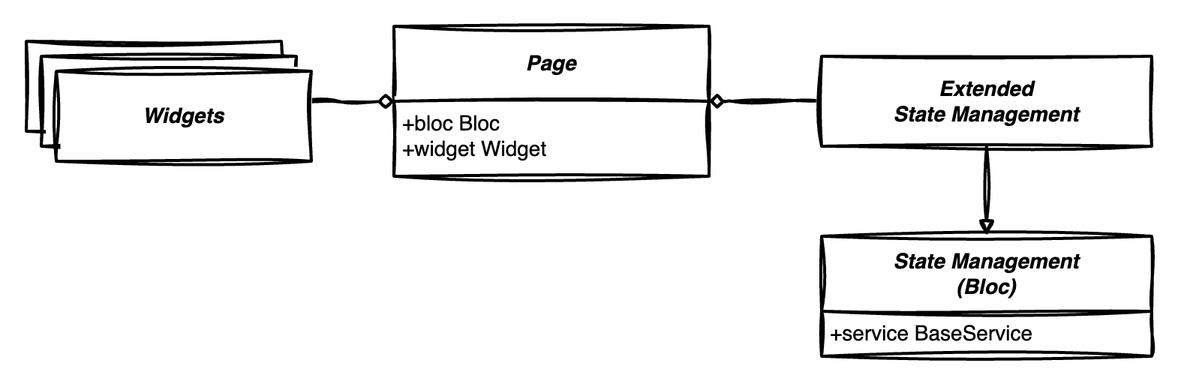
Before: presentation_layer.drawio.png, a diagram exported from draw.io (hamed-rezaee/flutter_component_architecture_poc). Source tidied: cells renumbered, new cells last; positions are measured from the earlier drawing's top-left corner, leaving out a move shared by most shapes. Source of this version:
```xml
<mxGraphModel>
  <root>
    <mxCell id="0" />
    <mxCell id="1" parent="0" />
    <mxCell id="2" value="&lt;b&gt;&lt;i&gt;State&amp;nbsp;Management&lt;br&gt;(Bloc)&lt;br&gt;&lt;/i&gt;&lt;/b&gt;" style="swimlane;horizontal=1;startSize=50;rounded=0;fontSize=14;fontStyle=0;strokeWidth=2;shadow=0;dashed=0;align=center;arcSize=4;whiteSpace=wrap;html=1;sketch=1;curveFitting=1;jiggle=2;swimlaneFillColor=default;labelBorderColor=none;fillColor=default;" parent="1" vertex="1">
      <mxGeometry x="530" y="140" width="220" height="80" as="geometry" />
    </mxCell>
    <mxCell id="3" value="&lt;font style=&quot;font-size: 14px;&quot;&gt;+service BaseService&lt;/font&gt;" style="align=left;strokeColor=none;fillColor=none;spacingLeft=4;fontSize=12;verticalAlign=top;html=1;sketch=1;curveFitting=1;jiggle=2;" parent="2" vertex="1">
      <mxGeometry y="50" width="220" height="30" as="geometry" />
    </mxCell>
    <mxCell id="4" style="edgeStyle=orthogonalEdgeStyle;rounded=0;jettySize=auto;html=1;entryX=0;entryY=0.5;entryDx=0;entryDy=0;endArrow=diamond;endFill=0;sketch=1;curveFitting=1;jiggle=2;strokeWidth=2;" parent="1" edge="1" target="6">
      <mxGeometry relative="1" as="geometry">
        <mxPoint x="175" y="50" as="sourcePoint" />
      </mxGeometry>
    </mxCell>
    <mxCell id="5" value="&lt;b&gt;&lt;i&gt;&lt;font style=&quot;font-size: 14px;&quot;&gt;Widget&lt;br&gt;&lt;/font&gt;&lt;/i&gt;&lt;/b&gt;" style="rounded=0;whiteSpace=wrap;html=1;sketch=1;curveFitting=1;jiggle=2;fontSize=14;fontStyle=0;startSize=50;strokeWidth=2;shadow=0;dashed=0;arcSize=4;" parent="1" vertex="1">
      <mxGeometry y="10" width="170" height="60" as="geometry" />
    </mxCell>
    <mxCell id="6" value="&lt;b&gt;&lt;i&gt;Page&lt;/i&gt;&lt;/b&gt;" style="swimlane;horizontal=1;startSize=50;rounded=0;fontSize=14;fontStyle=0;strokeWidth=2;shadow=0;dashed=0;align=center;arcSize=4;whiteSpace=wrap;html=1;sketch=1;curveFitting=1;jiggle=2;swimlaneFillColor=default;" parent="1" vertex="1">
      <mxGeometry x="245" width="210" height="100" as="geometry" />
    </mxCell>
    <mxCell id="7" value="&lt;font style=&quot;font-size: 14px;&quot;&gt;+bloc Bloc&lt;br&gt;+widget Widget&lt;/font&gt;" style="align=left;strokeColor=none;fillColor=none;spacingLeft=4;fontSize=12;verticalAlign=top;html=1;sketch=1;curveFitting=1;jiggle=2;" parent="6" vertex="1">
      <mxGeometry y="50" width="210" height="50" as="geometry" />
    </mxCell>
    <mxCell id="8" style="edgeStyle=orthogonalEdgeStyle;rounded=0;jettySize=auto;html=1;exitX=0;exitY=0.5;exitDx=0;exitDy=0;entryX=1;entryY=0;entryDx=0;entryDy=0;endArrow=diamond;endFill=0;sketch=1;curveFitting=1;jiggle=2;strokeWidth=2;" parent="1" edge="1" source="9" target="7">
      <mxGeometry relative="1" as="geometry">
        <Array as="points">
          <mxPoint x="470" y="50" />
          <mxPoint x="470" y="50" />
        </Array>
      </mxGeometry>
    </mxCell>
    <mxCell id="9" value="&lt;span&gt;&lt;span&gt;&lt;font style=&quot;&quot;&gt;&lt;b style=&quot;font-size: 14px;&quot;&gt;&lt;i&gt;Extended&lt;br&gt;State&amp;nbsp;&lt;/i&gt;&lt;/b&gt;&lt;b&gt;&lt;i&gt;Management&lt;/i&gt;&lt;/b&gt;&lt;br&gt;&lt;/font&gt;&lt;/span&gt;&lt;/span&gt;" style="rounded=0;whiteSpace=wrap;html=1;fontStyle=0;sketch=1;curveFitting=1;jiggle=2;fontSize=14;startSize=50;strokeWidth=2;shadow=0;dashed=0;arcSize=4;" parent="1" vertex="1">
      <mxGeometry x="530" y="20" width="220" height="60" as="geometry" />
    </mxCell>
    <mxCell id="10" value="&lt;b&gt;&lt;i&gt;&lt;font style=&quot;font-size: 14px;&quot;&gt;Widget&lt;br&gt;&lt;/font&gt;&lt;/i&gt;&lt;/b&gt;" style="rounded=0;whiteSpace=wrap;html=1;sketch=1;curveFitting=1;jiggle=2;fontSize=14;fontStyle=0;startSize=50;strokeWidth=2;shadow=0;dashed=0;arcSize=4;" parent="1" vertex="1">
      <mxGeometry x="10" y="20" width="170" height="60" as="geometry" />
    </mxCell>
    <mxCell id="11" value="&lt;b&gt;&lt;i&gt;&lt;font style=&quot;font-size: 14px;&quot;&gt;Widgets&lt;br&gt;&lt;/font&gt;&lt;/i&gt;&lt;/b&gt;" style="rounded=0;whiteSpace=wrap;html=1;sketch=1;curveFitting=1;jiggle=2;fontSize=14;fontStyle=0;startSize=50;strokeWidth=2;shadow=0;dashed=0;arcSize=4;" parent="1" vertex="1">
      <mxGeometry x="20" y="30" width="170" height="60" as="geometry" />
    </mxCell>
    <mxCell id="12" style="edgeStyle=orthogonalEdgeStyle;rounded=0;jettySize=auto;html=1;endArrow=block;endFill=0;sketch=1;curveFitting=1;jiggle=2;strokeWidth=2;entryX=0.5;entryY=0;entryDx=0;entryDy=0;" parent="1" edge="1" source="9" target="2">
      <mxGeometry relative="1" as="geometry" />
    </mxCell>
  </root>
</mxGraphModel>
```
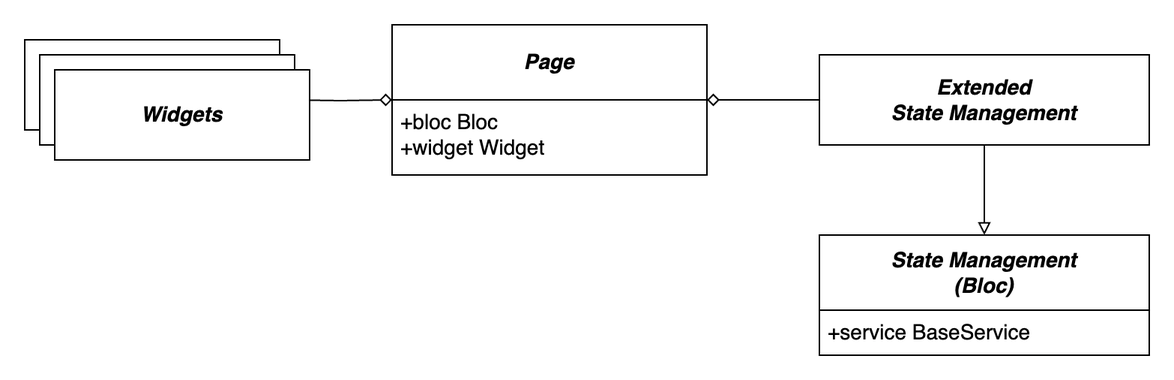
The same diagram one commit later.

What changed in the source:
```diff
@@ -2,27 +2,27 @@
   <root>
     <mxCell id="0" />
     <mxCell id="1" parent="0" />
-    <mxCell id="2" value="&lt;b&gt;&lt;i&gt;State&amp;nbsp;Management&lt;br&gt;(Bloc)&lt;br&gt;&lt;/i&gt;&lt;/b&gt;" style="swimlane;horizontal=1;startSize=50;rounded=0;fontSize=14;fontStyle=0;strokeWidth=2;shadow=0;dashed=0;align=center;arcSize=4;whiteSpace=wrap;html=1;sketch=1;curveFitting=1;jiggle=2;swimlaneFillColor=default;labelBorderColor=none;fillColor=default;" parent="1" vertex="1">
+    <mxCell id="2" value="&lt;b&gt;&lt;i&gt;State&amp;nbsp;Management&lt;br&gt;(Bloc)&lt;br&gt;&lt;/i&gt;&lt;/b&gt;" style="swimlane;horizontal=1;startSize=50;rounded=0;fontSize=14;fontStyle=0;strokeWidth=1;shadow=0;dashed=0;align=center;arcSize=4;whiteSpace=wrap;html=1;swimlaneFillColor=default;labelBorderColor=none;fillColor=default;" parent="1" vertex="1">
       <mxGeometry x="530" y="140" width="220" height="80" as="geometry" />
     </mxCell>
-    <mxCell id="3" value="&lt;font style=&quot;font-size: 14px;&quot;&gt;+service BaseService&lt;/font&gt;" style="align=left;strokeColor=none;fillColor=none;spacingLeft=4;fontSize=12;verticalAlign=top;html=1;sketch=1;curveFitting=1;jiggle=2;" parent="2" vertex="1">
+    <mxCell id="3" value="&lt;font style=&quot;font-size: 14px;&quot;&gt;+service BaseService&lt;/font&gt;" style="align=left;strokeColor=none;fillColor=none;spacingLeft=4;fontSize=12;verticalAlign=top;html=1;strokeWidth=1;" parent="2" vertex="1">
       <mxGeometry y="50" width="220" height="30" as="geometry" />
     </mxCell>
-    <mxCell id="4" style="edgeStyle=orthogonalEdgeStyle;rounded=0;jettySize=auto;html=1;entryX=0;entryY=0.5;entryDx=0;entryDy=0;endArrow=diamond;endFill=0;sketch=1;curveFitting=1;jiggle=2;strokeWidth=2;" parent="1" edge="1" target="6">
+    <mxCell id="4" style="edgeStyle=orthogonalEdgeStyle;rounded=0;jettySize=auto;html=1;entryX=0;entryY=0.5;entryDx=0;entryDy=0;endArrow=diamond;endFill=0;strokeWidth=1;" parent="1" edge="1" target="6">
       <mxGeometry relative="1" as="geometry">
         <mxPoint x="175" y="50" as="sourcePoint" />
       </mxGeometry>
     </mxCell>
-    <mxCell id="5" value="&lt;b&gt;&lt;i&gt;&lt;font style=&quot;font-size: 14px;&quot;&gt;Widget&lt;br&gt;&lt;/font&gt;&lt;/i&gt;&lt;/b&gt;" style="rounded=0;whiteSpace=wrap;html=1;sketch=1;curveFitting=1;jiggle=2;fontSize=14;fontStyle=0;startSize=50;strokeWidth=2;shadow=0;dashed=0;arcSize=4;" parent="1" vertex="1">
+    <mxCell id="5" value="&lt;b&gt;&lt;i&gt;&lt;font style=&quot;font-size: 14px;&quot;&gt;Widget&lt;br&gt;&lt;/font&gt;&lt;/i&gt;&lt;/b&gt;" style="rounded=0;whiteSpace=wrap;html=1;fontSize=14;fontStyle=0;startSize=50;strokeWidth=1;shadow=0;dashed=0;arcSize=4;" parent="1" vertex="1">
       <mxGeometry y="10" width="170" height="60" as="geometry" />
     </mxCell>
-    <mxCell id="6" value="&lt;b&gt;&lt;i&gt;Page&lt;/i&gt;&lt;/b&gt;" style="swimlane;horizontal=1;startSize=50;rounded=0;fontSize=14;fontStyle=0;strokeWidth=2;shadow=0;dashed=0;align=center;arcSize=4;whiteSpace=wrap;html=1;sketch=1;curveFitting=1;jiggle=2;swimlaneFillColor=default;" parent="1" vertex="1">
+    <mxCell id="6" value="&lt;b&gt;&lt;i&gt;Page&lt;/i&gt;&lt;/b&gt;" style="swimlane;horizontal=1;startSize=50;rounded=0;fontSize=14;fontStyle=0;strokeWidth=1;shadow=0;dashed=0;align=center;arcSize=4;whiteSpace=wrap;html=1;swimlaneFillColor=default;" parent="1" vertex="1">
       <mxGeometry x="245" width="210" height="100" as="geometry" />
     </mxCell>
-    <mxCell id="7" value="&lt;font style=&quot;font-size: 14px;&quot;&gt;+bloc Bloc&lt;br&gt;+widget Widget&lt;/font&gt;" style="align=left;strokeColor=none;fillColor=none;spacingLeft=4;fontSize=12;verticalAlign=top;html=1;sketch=1;curveFitting=1;jiggle=2;" parent="6" vertex="1">
+    <mxCell id="7" value="&lt;font style=&quot;font-size: 14px;&quot;&gt;+bloc Bloc&lt;br&gt;+widget Widget&lt;/font&gt;" style="align=left;strokeColor=none;fillColor=none;spacingLeft=4;fontSize=12;verticalAlign=top;html=1;strokeWidth=1;" parent="6" vertex="1">
       <mxGeometry y="50" width="210" height="50" as="geometry" />
     </mxCell>
-    <mxCell id="8" style="edgeStyle=orthogonalEdgeStyle;rounded=0;jettySize=auto;html=1;exitX=0;exitY=0.5;exitDx=0;exitDy=0;entryX=1;entryY=0;entryDx=0;entryDy=0;endArrow=diamond;endFill=0;sketch=1;curveFitting=1;jiggle=2;strokeWidth=2;" parent="1" edge="1" source="9" target="7">
+    <mxCell id="8" style="edgeStyle=orthogonalEdgeStyle;rounded=0;jettySize=auto;html=1;exitX=0;exitY=0.5;exitDx=0;exitDy=0;entryX=1;entryY=0;entryDx=0;entryDy=0;endArrow=diamond;endFill=0;strokeWidth=1;" parent="1" edge="1" source="9" target="7">
       <mxGeometry relative="1" as="geometry">
         <Array as="points">
           <mxPoint x="470" y="50" />
@@ -30,16 +30,16 @@
         </Array>
       </mxGeometry>
     </mxCell>
-    <mxCell id="9" value="&lt;span&gt;&lt;span&gt;&lt;font style=&quot;&quot;&gt;&lt;b style=&quot;font-size: 14px;&quot;&gt;&lt;i&gt;Extended&lt;br&gt;State&amp;nbsp;&lt;/i&gt;&lt;/b&gt;&lt;b&gt;&lt;i&gt;Management&lt;/i&gt;&lt;/b&gt;&lt;br&gt;&lt;/font&gt;&lt;/span&gt;&lt;/span&gt;" style="rounded=0;whiteSpace=wrap;html=1;fontStyle=0;sketch=1;curveFitting=1;jiggle=2;fontSize=14;startSize=50;strokeWidth=2;shadow=0;dashed=0;arcSize=4;" parent="1" vertex="1">
+    <mxCell id="9" value="&lt;span&gt;&lt;span&gt;&lt;font style=&quot;&quot;&gt;&lt;b style=&quot;font-size: 14px;&quot;&gt;&lt;i&gt;Extended&lt;br&gt;State&amp;nbsp;&lt;/i&gt;&lt;/b&gt;&lt;b&gt;&lt;i&gt;Management&lt;/i&gt;&lt;/b&gt;&lt;br&gt;&lt;/font&gt;&lt;/span&gt;&lt;/span&gt;" style="rounded=0;whiteSpace=wrap;html=1;fontStyle=0;fontSize=14;startSize=50;strokeWidth=1;shadow=0;dashed=0;arcSize=4;" parent="1" vertex="1">
       <mxGeometry x="530" y="20" width="220" height="60" as="geometry" />
     </mxCell>
-    <mxCell id="10" value="&lt;b&gt;&lt;i&gt;&lt;font style=&quot;font-size: 14px;&quot;&gt;Widget&lt;br&gt;&lt;/font&gt;&lt;/i&gt;&lt;/b&gt;" style="rounded=0;whiteSpace=wrap;html=1;sketch=1;curveFitting=1;jiggle=2;fontSize=14;fontStyle=0;startSize=50;strokeWidth=2;shadow=0;dashed=0;arcSize=4;" parent="1" vertex="1">
+    <mxCell id="10" value="&lt;b&gt;&lt;i&gt;&lt;font style=&quot;font-size: 14px;&quot;&gt;Widget&lt;br&gt;&lt;/font&gt;&lt;/i&gt;&lt;/b&gt;" style="rounded=0;whiteSpace=wrap;html=1;fontSize=14;fontStyle=0;startSize=50;strokeWidth=1;shadow=0;dashed=0;arcSize=4;" parent="1" vertex="1">
       <mxGeometry x="10" y="20" width="170" height="60" as="geometry" />
     </mxCell>
-    <mxCell id="11" value="&lt;b&gt;&lt;i&gt;&lt;font style=&quot;font-size: 14px;&quot;&gt;Widgets&lt;br&gt;&lt;/font&gt;&lt;/i&gt;&lt;/b&gt;" style="rounded=0;whiteSpace=wrap;html=1;sketch=1;curveFitting=1;jiggle=2;fontSize=14;fontStyle=0;startSize=50;strokeWidth=2;shadow=0;dashed=0;arcSize=4;" parent="1" vertex="1">
+    <mxCell id="11" value="&lt;b&gt;&lt;i&gt;&lt;font style=&quot;font-size: 14px;&quot;&gt;Widgets&lt;br&gt;&lt;/font&gt;&lt;/i&gt;&lt;/b&gt;" style="rounded=0;whiteSpace=wrap;html=1;fontSize=14;fontStyle=0;startSize=50;strokeWidth=1;shadow=0;dashed=0;arcSize=4;" parent="1" vertex="1">
       <mxGeometry x="20" y="30" width="170" height="60" as="geometry" />
     </mxCell>
-    <mxCell id="12" style="edgeStyle=orthogonalEdgeStyle;rounded=0;jettySize=auto;html=1;endArrow=block;endFill=0;sketch=1;curveFitting=1;jiggle=2;strokeWidth=2;entryX=0.5;entryY=0;entryDx=0;entryDy=0;" parent="1" edge="1" source="9" target="2">
+    <mxCell id="12" style="edgeStyle=orthogonalEdgeStyle;rounded=0;jettySize=auto;html=1;endArrow=block;endFill=0;strokeWidth=1;entryX=0.5;entryY=0;entryDx=0;entryDy=0;" parent="1" edge="1" source="9" target="2">
       <mxGeometry relative="1" as="geometry" />
     </mxCell>
   </root>
```
